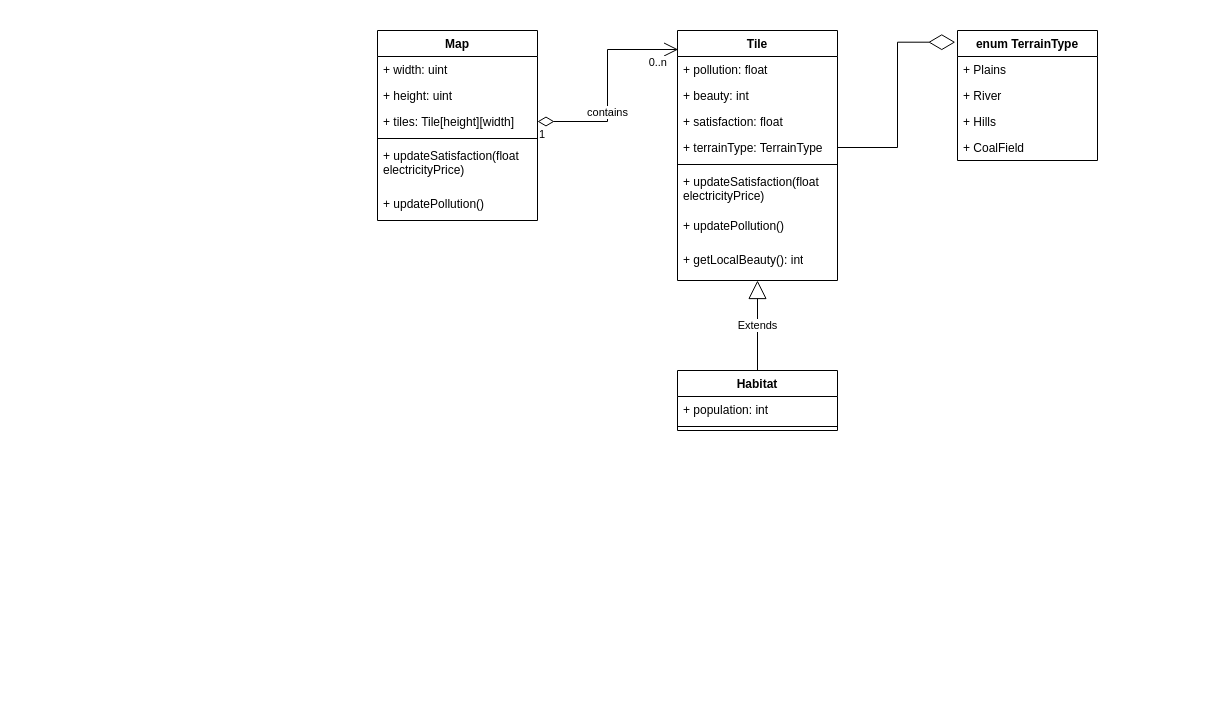
Above: uml-classes.drawio in adri326/ap4b-project (draw.io), before the change. Source tidied: cells renumbered, new cells numbered last; positions are measured from the earlier drawing's top-left corner, leaving out a move shared by most shapes. Both pictures are drawn from the tidied source at 100%, with x=0, y=0 at pixel (377, 30).
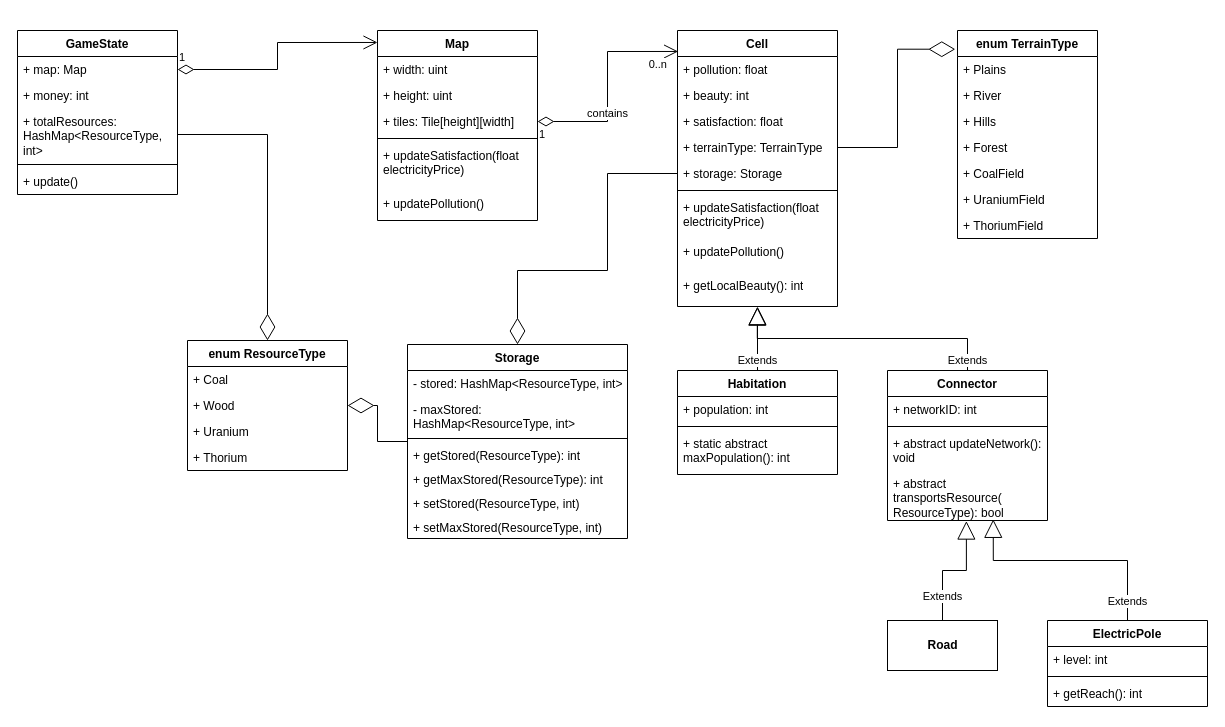
The same diagram, later.

Commit message (it also covers changes not shown here):
:sparkles: Usecases for the bank and more classes

The change refers to these unchanged cells:
```xml
<mxCell id="11" value="Map" style="swimlane;fontStyle=1;align=center;verticalAlign=top;horizontal=1;startSize=26;" parent="1" vertex="1">
  <mxGeometry width="160" height="190" as="geometry" />
</mxCell>
```

Change to the diagram source:
```diff
@@
-    <mxCell id="2" value="Tile" style="swimlane;fontStyle=1;align=center;verticalAlign=top;horizontal=1;startSize=26;" parent="1" vertex="1">
-      <mxGeometry x="300" width="160" height="250" as="geometry" />
+    <mxCell id="2" value="Cell" style="swimlane;fontStyle=1;align=center;verticalAlign=top;horizontal=1;startSize=26;" parent="1" vertex="1">
+      <mxGeometry x="300" width="160" height="276" as="geometry" />
     </mxCell>
@@
+    <mxCell id="31" value="+ storage: Storage" style="text;strokeColor=none;fillColor=none;align=left;verticalAlign=top;spacingLeft=4;spacingRight=4;overflow=hidden;points=[[0,0.5],[1,0.5]];portConstraint=eastwest;" parent="2" vertex="1">
+      <mxGeometry y="130" width="160" height="26" as="geometry" />
+    </mxCell>
     <mxCell id="7" style="line;strokeWidth=1;fillColor=none;align=left;verticalAlign=middle;spacingTop=-1;spacingLeft=3;spacingRight=3;labelPosition=right;" parent="2" vertex="1">
-      <mxGeometry y="130" width="160" height="8" as="geometry" />
+      <mxGeometry y="156" width="160" height="8" as="geometry" />
     </mxCell>
     <mxCell id="8" value="+ updateSatisfaction(float electricityPrice)" style="text;strokeColor=none;fillColor=none;align=left;verticalAlign=top;spacingLeft=4;spacingRight=4;overflow=hidden;whiteSpace=wrap;" parent="2" vertex="1">
-      <mxGeometry y="138" width="160" height="44" as="geometry" />
+      <mxGeometry y="164" width="160" height="44" as="geometry" />
     </mxCell>
     <mxCell id="9" value="+ updatePollution()" style="text;strokeColor=none;fillColor=none;align=left;verticalAlign=top;spacingLeft=4;spacingRight=4;overflow=hidden;whiteSpace=wrap;" parent="2" vertex="1">
-      <mxGeometry y="182" width="160" height="34" as="geometry" />
+      <mxGeometry y="208" width="160" height="34" as="geometry" />
     </mxCell>
     <mxCell id="10" value="+ getLocalBeauty(): int" style="text;strokeColor=none;fillColor=none;align=left;verticalAlign=top;spacingLeft=4;spacingRight=4;overflow=hidden;points=[[0,0.5],[1,0.5]];portConstraint=eastwest;whiteSpace=wrap;" parent="2" vertex="1">
-      <mxGeometry y="216" width="160" height="34" as="geometry" />
+      <mxGeometry y="242" width="160" height="34" as="geometry" />
     </mxCell>
@@
-    <mxCell id="21" value="Habitat" style="swimlane;fontStyle=1;align=center;verticalAlign=top;horizontal=1;startSize=26;" parent="1" vertex="1">
-      <mxGeometry x="300" y="340" width="160" height="60" as="geometry" />
+    <mxCell id="21" value="Habitation" style="swimlane;fontStyle=1;align=center;verticalAlign=top;horizontal=1;startSize=26;" parent="1" vertex="1">
+      <mxGeometry x="300" y="340" width="160" height="104" as="geometry" />
     </mxCell>
@@
+    <mxCell id="32" value="+ static abstract maxPopulation(): int" style="text;strokeColor=none;fillColor=none;align=left;verticalAlign=top;spacingLeft=4;spacingRight=4;overflow=hidden;whiteSpace=wrap;" parent="21" vertex="1">
+      <mxGeometry y="60" width="160" height="44" as="geometry" />
+    </mxCell>
     <mxCell id="24" value="Extends" style="endArrow=block;endSize=16;endFill=0;html=1;rounded=0;edgeStyle=orthogonalEdgeStyle;exitX=0.5;exitY=0;exitDx=0;exitDy=0;" parent="1" edge="1" source="21" target="2">
-      <mxGeometry relative="1" as="geometry" />
+      <mxGeometry x="-0.69" relative="1" as="geometry" />
     </mxCell>
@@
     <mxCell id="26" value="enum TerrainType" style="swimlane;fontStyle=1;horizontal=1;startSize=26;fillColor=none;" parent="1" vertex="1">
-      <mxGeometry x="580" width="140" height="130" as="geometry" />
+      <mxGeometry x="580" width="140" height="208" as="geometry" />
     </mxCell>
@@
+    <mxCell id="33" value="+ Forest" style="text;strokeColor=none;fillColor=none;align=left;verticalAlign=top;spacingLeft=4;spacingRight=4;overflow=hidden;" parent="26" vertex="1">
+      <mxGeometry y="104" width="140" height="26" as="geometry" />
+    </mxCell>
     <mxCell id="30" value="+ CoalField" style="text;strokeColor=none;fillColor=none;align=left;verticalAlign=top;spacingLeft=4;spacingRight=4;overflow=hidden;" parent="26" vertex="1">
-      <mxGeometry y="104" width="140" height="26" as="geometry" />
+      <mxGeometry y="130" width="140" height="26" as="geometry" />
     </mxCell>
+    <mxCell id="34" value="+ UraniumField" style="text;strokeColor=none;fillColor=none;align=left;verticalAlign=top;spacingLeft=4;spacingRight=4;overflow=hidden;" parent="26" vertex="1">
+      <mxGeometry y="156" width="140" height="26" as="geometry" />
+    </mxCell>
+    <mxCell id="35" value="+ ThoriumField" style="text;strokeColor=none;fillColor=none;align=left;verticalAlign=top;spacingLeft=4;spacingRight=4;overflow=hidden;" parent="26" vertex="1">
+      <mxGeometry y="182" width="140" height="26" as="geometry" />
+    </mxCell>
+    <mxCell id="36" value="GameState" style="swimlane;fontStyle=1;align=center;verticalAlign=top;horizontal=1;startSize=26;" parent="1" vertex="1">
+      <mxGeometry x="-360" width="160" height="164" as="geometry" />
+    </mxCell>
+    <mxCell id="37" value="+ map: Map" style="text;strokeColor=none;fillColor=none;align=left;verticalAlign=top;spacingLeft=4;spacingRight=4;overflow=hidden;points=[[0,0.5],[1,0.5]];portConstraint=eastwest;" parent="36" vertex="1">
+      <mxGeometry y="26" width="160" height="26" as="geometry" />
+    </mxCell>
+    <mxCell id="38" value="+ money: int" style="text;strokeColor=none;fillColor=none;align=left;verticalAlign=top;spacingLeft=4;spacingRight=4;overflow=hidden;" parent="36" vertex="1">
+      <mxGeometry y="52" width="160" height="26" as="geometry" />
+    </mxCell>
+    <mxCell id="39" value="+ totalResources: HashMap&lt;ResourceType, int&gt;" style="text;strokeColor=none;fillColor=none;align=left;verticalAlign=top;spacingLeft=4;spacingRight=4;overflow=hidden;points=[[0,0.5],[1,0.5]];portConstraint=eastwest;whiteSpace=wrap;" parent="36" vertex="1">
+      <mxGeometry y="78" width="160" height="52" as="geometry" />
+    </mxCell>
+    <mxCell id="40" style="line;strokeWidth=1;fillColor=none;align=left;verticalAlign=middle;spacingTop=-1;spacingLeft=3;spacingRight=3;labelPosition=right;" parent="36" vertex="1">
+      <mxGeometry y="130" width="160" height="8" as="geometry" />
+    </mxCell>
+    <mxCell id="41" value="+ update()" style="text;strokeColor=none;fillColor=none;align=left;verticalAlign=top;spacingLeft=4;spacingRight=4;overflow=hidden;" parent="36" vertex="1">
+      <mxGeometry y="138" width="160" height="26" as="geometry" />
+    </mxCell>
+    <mxCell id="42" value="1" style="endArrow=open;html=1;endSize=12;startArrow=diamondThin;startSize=14;startFill=0;edgeStyle=orthogonalEdgeStyle;align=left;verticalAlign=bottom;rounded=0;exitX=1;exitY=0.5;exitDx=0;exitDy=0;entryX=0;entryY=0.063;entryDx=0;entryDy=0;entryPerimeter=0;" parent="1" edge="1" source="37" target="11">
+      <mxGeometry x="-1" y="3" relative="1" as="geometry" />
+    </mxCell>
+    <mxCell id="43" value="enum ResourceType" style="swimlane;fontStyle=1;align=center;verticalAlign=top;horizontal=1;startSize=26;" parent="1" vertex="1">
+      <mxGeometry x="-190" y="310" width="160" height="130" as="geometry" />
+    </mxCell>
+    <mxCell id="44" value="+ Coal" style="text;strokeColor=none;fillColor=none;align=left;verticalAlign=top;spacingLeft=4;spacingRight=4;overflow=hidden;" parent="43" vertex="1">
+      <mxGeometry y="26" width="160" height="26" as="geometry" />
+    </mxCell>
+    <mxCell id="45" value="+ Wood" style="text;strokeColor=none;fillColor=none;align=left;verticalAlign=top;spacingLeft=4;spacingRight=4;overflow=hidden;points=[[0,0.5],[1,0.5]];portConstraint=eastwest;" parent="43" vertex="1">
+      <mxGeometry y="52" width="160" height="26" as="geometry" />
+    </mxCell>
+    <mxCell id="46" value="+ Uranium" style="text;strokeColor=none;fillColor=none;align=left;verticalAlign=top;spacingLeft=4;spacingRight=4;overflow=hidden;" parent="43" vertex="1">
+      <mxGeometry y="78" width="160" height="26" as="geometry" />
+    </mxCell>
+    <mxCell id="47" value="+ Thorium" style="text;strokeColor=none;fillColor=none;align=left;verticalAlign=top;spacingLeft=4;spacingRight=4;overflow=hidden;" parent="43" vertex="1">
+      <mxGeometry y="104" width="160" height="26" as="geometry" />
+    </mxCell>
+    <mxCell id="48" style="endArrow=diamondThin;endFill=0;endSize=24;html=1;rounded=0;edgeStyle=orthogonalEdgeStyle;exitX=1;exitY=0.5;exitDx=0;exitDy=0;entryX=0.5;entryY=0;entryDx=0;entryDy=0;" parent="1" edge="1" source="39" target="43">
+      <mxGeometry relative="1" as="geometry" />
+    </mxCell>
+    <mxCell id="49" value="Storage" style="swimlane;fontStyle=1;align=center;verticalAlign=top;horizontal=1;startSize=26;" parent="1" vertex="1">
+      <mxGeometry x="30" y="314" width="220" height="194" as="geometry" />
+    </mxCell>
+    <mxCell id="50" value="- stored: HashMap&lt;ResourceType, int&gt;" style="text;strokeColor=none;fillColor=none;align=left;verticalAlign=top;spacingLeft=4;spacingRight=4;overflow=hidden;" parent="49" vertex="1">
+      <mxGeometry y="26" width="220" height="26" as="geometry" />
+    </mxCell>
+    <mxCell id="51" value="- maxStored: HashMap&lt;ResourceType, int&gt;" style="text;strokeColor=none;fillColor=none;align=left;verticalAlign=top;spacingLeft=4;spacingRight=4;overflow=hidden;whiteSpace=wrap;" parent="49" vertex="1">
+      <mxGeometry y="52" width="220" height="38" as="geometry" />
+    </mxCell>
+    <mxCell id="52" style="line;strokeWidth=1;fillColor=none;align=left;verticalAlign=middle;spacingTop=-1;spacingLeft=3;spacingRight=3;labelPosition=right;" parent="49" vertex="1">
+      <mxGeometry y="90" width="220" height="8" as="geometry" />
+    </mxCell>
+    <mxCell id="53" value="+ getStored(ResourceType): int" style="text;strokeColor=none;fillColor=none;align=left;verticalAlign=top;spacingLeft=4;spacingRight=4;overflow=hidden;whiteSpace=wrap;" parent="49" vertex="1">
+      <mxGeometry y="98" width="220" height="24" as="geometry" />
+    </mxCell>
+    <mxCell id="54" value="+ getMaxStored(ResourceType): int" style="text;strokeColor=none;fillColor=none;align=left;verticalAlign=top;spacingLeft=4;spacingRight=4;overflow=hidden;whiteSpace=wrap;" parent="49" vertex="1">
+      <mxGeometry y="122" width="220" height="24" as="geometry" />
+    </mxCell>
+    <mxCell id="55" value="+ setStored(ResourceType, int)" style="text;strokeColor=none;fillColor=none;align=left;verticalAlign=top;spacingLeft=4;spacingRight=4;overflow=hidden;whiteSpace=wrap;" parent="49" vertex="1">
+      <mxGeometry y="146" width="220" height="24" as="geometry" />
+    </mxCell>
+    <mxCell id="56" value="+ setMaxStored(ResourceType, int)" style="text;strokeColor=none;fillColor=none;align=left;verticalAlign=top;spacingLeft=4;spacingRight=4;overflow=hidden;whiteSpace=wrap;" parent="49" vertex="1">
+      <mxGeometry y="170" width="220" height="24" as="geometry" />
+    </mxCell>
+    <mxCell id="57" style="endArrow=diamondThin;endFill=0;endSize=24;html=1;rounded=0;edgeStyle=orthogonalEdgeStyle;" parent="1" edge="1" source="49" target="45">
+      <mxGeometry relative="1" as="geometry" />
+    </mxCell>
+    <mxCell id="58" style="endArrow=diamondThin;endFill=0;endSize=24;html=1;rounded=0;edgeStyle=orthogonalEdgeStyle;exitX=0;exitY=0.5;exitDx=0;exitDy=0;entryX=0.5;entryY=0;entryDx=0;entryDy=0;" parent="1" edge="1" source="31" target="49">
+      <mxGeometry relative="1" as="geometry">
+        <Array as="points">
+          <mxPoint x="230" y="143" />
+          <mxPoint x="230" y="240" />
+          <mxPoint x="140" y="240" />
+        </Array>
+      </mxGeometry>
+    </mxCell>
+    <mxCell id="59" value="Connector" style="swimlane;fontStyle=1;align=center;verticalAlign=top;horizontal=1;startSize=26;" parent="1" vertex="1">
+      <mxGeometry x="510" y="340" width="160" height="150" as="geometry" />
+    </mxCell>
+    <mxCell id="60" value="+ networkID: int" style="text;strokeColor=none;fillColor=none;align=left;verticalAlign=top;spacingLeft=4;spacingRight=4;overflow=hidden;" parent="59" vertex="1">
+      <mxGeometry y="26" width="160" height="26" as="geometry" />
+    </mxCell>
+    <mxCell id="61" style="line;strokeWidth=1;fillColor=none;align=left;verticalAlign=middle;spacingTop=-1;spacingLeft=3;spacingRight=3;labelPosition=right;" parent="59" vertex="1">
+      <mxGeometry y="52" width="160" height="8" as="geometry" />
+    </mxCell>
+    <mxCell id="62" value="+ abstract updateNetwork(): void" style="text;strokeColor=none;fillColor=none;align=left;verticalAlign=top;spacingLeft=4;spacingRight=4;overflow=hidden;whiteSpace=wrap;" parent="59" vertex="1">
+      <mxGeometry y="60" width="160" height="40" as="geometry" />
+    </mxCell>
+    <mxCell id="63" value="+ abstract transportsResource( ResourceType): bool" style="text;strokeColor=none;fillColor=none;align=left;verticalAlign=top;spacingLeft=4;spacingRight=4;overflow=hidden;points=[[0,0.5],[1,0.5]];portConstraint=eastwest;whiteSpace=wrap;" parent="59" vertex="1">
+      <mxGeometry y="100" width="160" height="50" as="geometry" />
+    </mxCell>
+    <mxCell id="64" value="Extends" style="endArrow=block;endSize=16;endFill=0;html=1;rounded=0;edgeStyle=orthogonalEdgeStyle;entryX=0.499;entryY=1.021;entryDx=0;entryDy=0;entryPerimeter=0;" parent="1" edge="1" source="59" target="10">
+      <mxGeometry x="-0.93" relative="1" as="geometry" />
+    </mxCell>
+    <mxCell id="65" value="&lt;b&gt;Road&lt;/b&gt;" style="html=1;" parent="1" vertex="1">
+      <mxGeometry x="510" y="590" width="110" height="50" as="geometry" />
+    </mxCell>
+    <mxCell id="66" value="ElectricPole" style="swimlane;fontStyle=1;align=center;verticalAlign=top;horizontal=1;startSize=26;" parent="1" vertex="1">
+      <mxGeometry x="670" y="590" width="160" height="86" as="geometry" />
+    </mxCell>
+    <mxCell id="67" value="+ level: int" style="text;strokeColor=none;fillColor=none;align=left;verticalAlign=top;spacingLeft=4;spacingRight=4;overflow=hidden;" parent="66" vertex="1">
+      <mxGeometry y="26" width="160" height="26" as="geometry" />
+    </mxCell>
+    <mxCell id="68" style="line;strokeWidth=1;fillColor=none;align=left;verticalAlign=middle;spacingTop=-1;spacingLeft=3;spacingRight=3;labelPosition=right;" parent="66" vertex="1">
+      <mxGeometry y="52" width="160" height="8" as="geometry" />
+    </mxCell>
+    <mxCell id="69" value="+ getReach(): int" style="text;strokeColor=none;fillColor=none;align=left;verticalAlign=top;spacingLeft=4;spacingRight=4;overflow=hidden;" parent="66" vertex="1">
+      <mxGeometry y="60" width="160" height="26" as="geometry" />
+    </mxCell>
+    <mxCell id="70" value="Extends" style="endArrow=block;endSize=16;endFill=0;html=1;rounded=0;edgeStyle=orthogonalEdgeStyle;entryX=0.493;entryY=1.011;entryDx=0;entryDy=0;entryPerimeter=0;" parent="1" edge="1" source="65" target="63">
+      <mxGeometry x="-0.61" relative="1" as="geometry">
+        <Array as="points">
+          <mxPoint x="565" y="540" />
+          <mxPoint x="589" y="540" />
+        </Array>
+      </mxGeometry>
+    </mxCell>
+    <mxCell id="71" value="Extends" style="endArrow=block;endSize=16;endFill=0;html=1;rounded=0;edgeStyle=orthogonalEdgeStyle;exitX=0.5;exitY=0;exitDx=0;exitDy=0;entryX=0.661;entryY=0.977;entryDx=0;entryDy=0;entryPerimeter=0;" parent="1" edge="1" source="66" target="63">
+      <mxGeometry x="-0.84" relative="1" as="geometry">
+        <Array as="points">
+          <mxPoint x="750" y="530" />
+          <mxPoint x="616" y="530" />
+        </Array>
+      </mxGeometry>
+    </mxCell>
```
